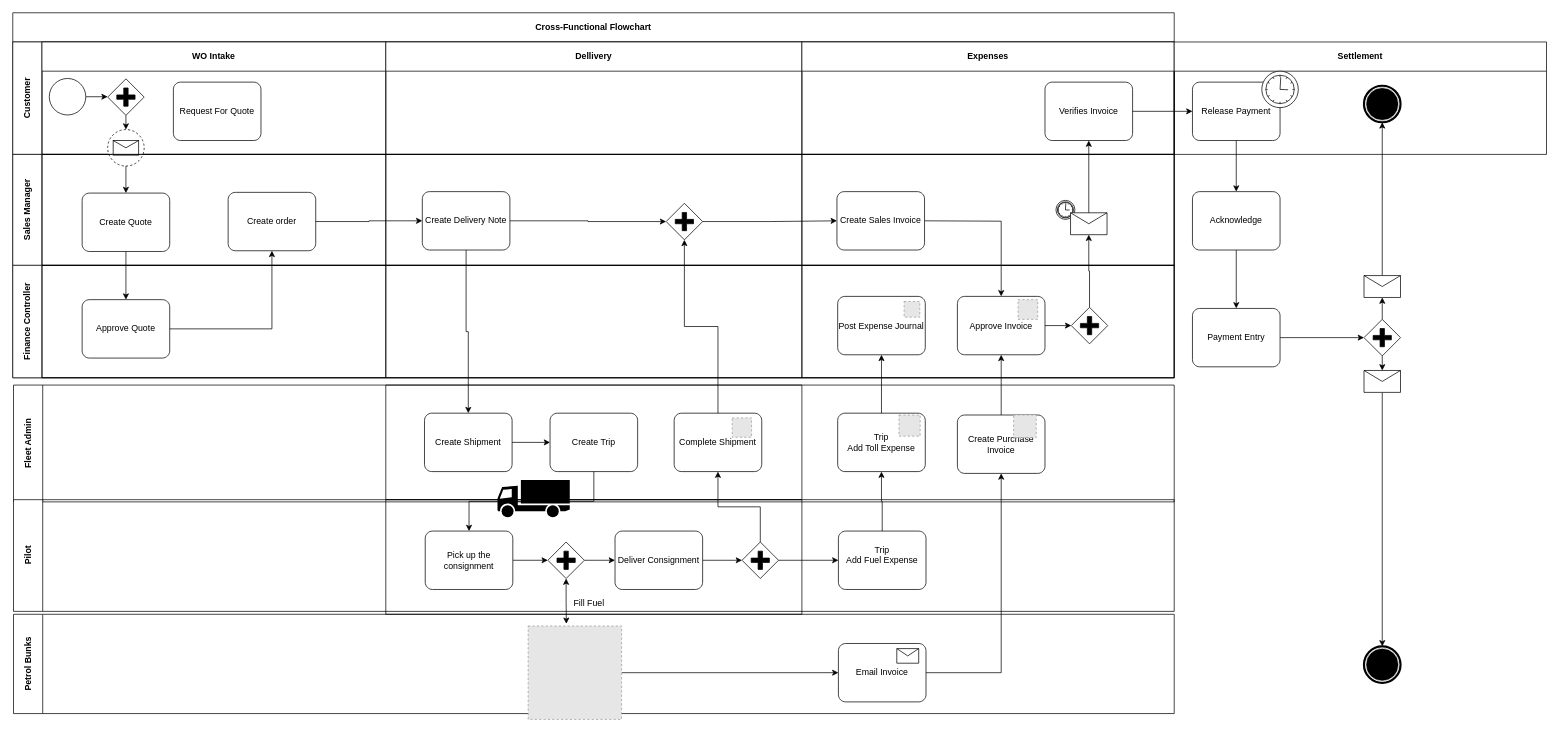
Before: business-process/work-order-2-invoice.drawio in lmnaslimited/vjl, a draw.io diagram. Source tidied: cells renumbered, new cells numbered last; positions are measured from the earlier drawing's top-left corner, leaving out a move shared by most shapes. Both pictures are drawn from the tidied source at 73%, with x=0, y=0 at pixel (12, 12). Pictures stored in the file or linked from it are replaced by grey dashed boxes.
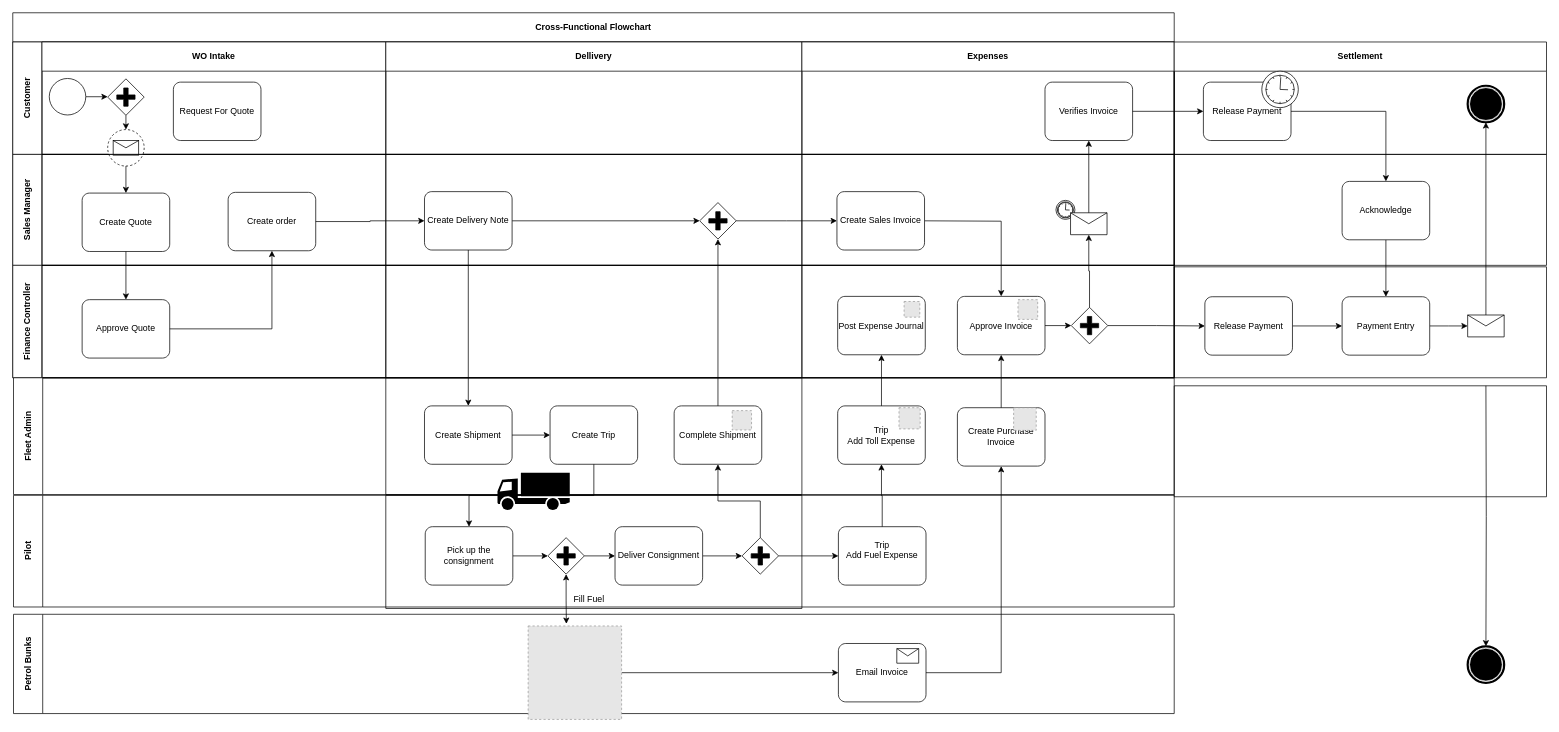
The same page after the edit.

The change refers to these unchanged cells:
```xml
<mxCell id="2" value="Cross-Functional Flowchart" style="shape=table;childLayout=tableLayout;rowLines=0;columnLines=0;startSize=40;html=1;whiteSpace=wrap;fontStyle=1;align=center;" parent="1" vertex="1">
  <mxGeometry width="1591" height="500" as="geometry" />
</mxCell>
<mxCell id="13" value="Verifies Invoice" style="points=[[0.25,0,0],[0.5,0,0],[0.75,0,0],[1,0.25,0],[1,0.5,0],[1,0.75,0],[0.75,1,0],[0.5,1,0],[0.25,1,0],[0,0.75,0],[0,0.5,0],[0,0.25,0]];shape=mxgraph.bpmn.task;whiteSpace=wrap;rectStyle=rounded;size=10;taskMarker=abstract;" parent="12" vertex="1">
  <mxGeometry x="333" y="55" width="120" height="80" as="geometry" />
</mxCell>
<mxCell id="18" style="swimlane;startSize=0;html=1;whiteSpace=wrap;" parent="14" vertex="1">
  <mxGeometry x="511" width="570" height="152" as="geometry" />
</mxCell>
<mxCell id="24" style="shape=message;html=1;whiteSpace=wrap;html=1;outlineConnect=0;" parent="22" vertex="1">
  <mxGeometry x="368" y="80" width="50" height="30" as="geometry" />
</mxCell>
<mxCell id="30" style="swimlane;startSize=0;html=1;whiteSpace=wrap;" parent="26" vertex="1">
  <mxGeometry x="1081" width="510" height="154" as="geometry" />
</mxCell>
<mxCell id="32" value="Approve Invoice" style="points=[[0.25,0,0],[0.5,0,0],[0.75,0,0],[1,0.25,0],[1,0.5,0],[1,0.75,0],[0.75,1,0],[0.5,1,0],[0.25,1,0],[0,0.75,0],[0,0.5,0],[0,0.25,0]];shape=mxgraph.bpmn.task;whiteSpace=wrap;rectStyle=rounded;size=10;taskMarker=abstract;" parent="30" vertex="1">
  <mxGeometry x="213" y="42.5" width="120" height="80" as="geometry" />
</mxCell>
<mxCell id="34" style="points=[[0.25,0.25,0],[0.5,0,0],[0.75,0.25,0],[1,0.5,0],[0.75,0.75,0],[0.5,1,0],[0.25,0.75,0],[0,0.5,0]];shape=mxgraph.bpmn.gateway2;html=1;verticalLabelPosition=bottom;labelBackgroundColor=#ffffff;verticalAlign=top;align=center;perimeter=rhombusPerimeter;outlineConnect=0;outline=none;symbol=none;gwType=parallel;" parent="30" vertex="1">
  <mxGeometry x="369" y="57.5" width="50" height="50" as="geometry" />
</mxCell>
<mxCell id="46" value="Complete Shipment" style="points=[[0.25,0,0],[0.5,0,0],[0.75,0,0],[1,0.25,0],[1,0.5,0],[1,0.75,0],[0.75,1,0],[0.5,1,0],[0.25,1,0],[0,0.75,0],[0,0.5,0],[0,0.25,0]];shape=mxgraph.bpmn.task;whiteSpace=wrap;rectStyle=rounded;size=10;taskMarker=abstract;" parent="41" vertex="1">
  <mxGeometry x="395" y="38.5" width="120" height="80" as="geometry" />
</mxCell>
<mxCell id="48" value="Create Purchase Invoice" style="points=[[0.25,0,0],[0.5,0,0],[0.75,0,0],[1,0.25,0],[1,0.5,0],[1,0.75,0],[0.75,1,0],[0.5,1,0],[0.25,1,0],[0,0.75,0],[0,0.5,0],[0,0.25,0]];shape=mxgraph.bpmn.task;whiteSpace=wrap;rectStyle=rounded;size=10;taskMarker=abstract;" parent="40" vertex="1">
  <mxGeometry x="1293" y="41" width="120" height="80" as="geometry" />
</mxCell>
<mxCell id="50" value="Trip&#10;Add Toll Expense" style="points=[[0.25,0,0],[0.5,0,0],[0.75,0,0],[1,0.25,0],[1,0.5,0],[1,0.75,0],[0.75,1,0],[0.5,1,0],[0.25,1,0],[0,0.75,0],[0,0.5,0],[0,0.25,0]];shape=mxgraph.bpmn.task;whiteSpace=wrap;rectStyle=rounded;size=10;taskMarker=abstract;" parent="40" vertex="1">
  <mxGeometry x="1129" y="38.5" width="120" height="80" as="geometry" />
</mxCell>
<mxCell id="76" value="Post Expense Journal" style="points=[[0.25,0,0],[0.5,0,0],[0.75,0,0],[1,0.25,0],[1,0.5,0],[1,0.75,0],[0.75,1,0],[0.5,1,0],[0.25,1,0],[0,0.75,0],[0,0.5,0],[0,0.25,0]];shape=mxgraph.bpmn.task;whiteSpace=wrap;rectStyle=rounded;size=10;taskMarker=abstract;" parent="1" vertex="1">
  <mxGeometry x="1130" y="388.5" width="120" height="80" as="geometry" />
</mxCell>
<mxCell id="86" value="Settlement" style="swimlane;startSize=40;html=1;whiteSpace=wrap;" parent="1" vertex="1">
  <mxGeometry x="1591" y="40" width="510" height="154" as="geometry" />
</mxCell>
```

Change to the diagram source:
```diff
@@
-    <mxCell id="19" style="edgeStyle=orthogonalEdgeStyle;rounded=0;jettySize=auto;html=1;exitX=1;exitY=0.5;exitDx=0;exitDy=0;exitPerimeter=0;entryX=0;entryY=0.5;entryDx=0;entryDy=0;entryPerimeter=0;startArrow=none;startFill=0;" parent="18" edge="1" source="20" target="21">
+    <mxCell id="19" style="edgeStyle=orthogonalEdgeStyle;rounded=0;jettySize=auto;html=1;exitX=1;exitY=0.5;exitDx=0;exitDy=0;exitPerimeter=0;entryX=0;entryY=0.5;entryDx=0;entryDy=0;entryPerimeter=0;startArrow=none;startFill=0;flowAnimation=1;" parent="18" edge="1" source="20" target="21">
       <mxGeometry relative="1" as="geometry" />
     </mxCell>
     <mxCell id="20" value="Create Delivery Note" style="points=[[0.25,0,0],[0.5,0,0],[0.75,0,0],[1,0.25,0],[1,0.5,0],[1,0.75,0],[0.75,1,0],[0.5,1,0],[0.25,1,0],[0,0.75,0],[0,0.5,0],[0,0.25,0]];shape=mxgraph.bpmn.task;whiteSpace=wrap;rectStyle=rounded;size=10;taskMarker=abstract;" parent="18" vertex="1">
-      <mxGeometry x="50" y="51" width="120" height="80" as="geometry" />
+      <mxGeometry x="53" y="51" width="120" height="80" as="geometry" />
     </mxCell>
     <mxCell id="21" style="points=[[0.25,0.25,0],[0.5,0,0],[0.75,0.25,0],[1,0.5,0],[0.75,0.75,0],[0.5,1,0],[0.25,0.75,0],[0,0.5,0]];shape=mxgraph.bpmn.gateway2;html=1;verticalLabelPosition=bottom;labelBackgroundColor=#ffffff;verticalAlign=top;align=center;perimeter=rhombusPerimeter;outlineConnect=0;outline=none;symbol=none;gwType=parallel;" parent="18" vertex="1">
-      <mxGeometry x="384" y="67" width="50" height="50" as="geometry" />
+      <mxGeometry x="430" y="66" width="50" height="50" as="geometry" />
     </mxCell>
@@
-    <mxCell id="31" style="edgeStyle=orthogonalEdgeStyle;rounded=0;jettySize=auto;html=1;exitX=1;exitY=0.5;exitDx=0;exitDy=0;exitPerimeter=0;entryX=0;entryY=0.5;entryDx=0;entryDy=0;entryPerimeter=0;startArrow=none;startFill=0;" parent="30" edge="1" source="32" target="34">
+    <mxCell id="31" style="edgeStyle=orthogonalEdgeStyle;rounded=0;jettySize=auto;html=1;exitX=1;exitY=0.5;exitDx=0;exitDy=0;exitPerimeter=0;entryX=0;entryY=0.5;entryDx=0;entryDy=0;entryPerimeter=0;startArrow=none;startFill=0;flowAnimation=1;" parent="30" edge="1" source="32" target="34">
       <mxGeometry relative="1" as="geometry" />
     </mxCell>
@@
-    <mxCell id="38" style="edgeStyle=orthogonalEdgeStyle;rounded=0;jettySize=auto;html=1;exitX=0.5;exitY=0;exitDx=0;exitDy=0;exitPerimeter=0;entryX=0.5;entryY=1;entryDx=0;entryDy=0;startArrow=none;startFill=0;" parent="2" edge="1" source="34" target="24">
+    <mxCell id="38" style="edgeStyle=orthogonalEdgeStyle;rounded=0;jettySize=auto;html=1;exitX=0.5;exitY=0;exitDx=0;exitDy=0;exitPerimeter=0;entryX=0.5;entryY=1;entryDx=0;entryDy=0;startArrow=none;startFill=0;flowAnimation=1;" parent="2" edge="1" source="34" target="24">
       <mxGeometry relative="1" as="geometry" />
     </mxCell>
-    <mxCell id="39" style="edgeStyle=orthogonalEdgeStyle;rounded=0;jettySize=auto;html=1;exitX=0.5;exitY=0;exitDx=0;exitDy=0;entryX=0.5;entryY=1;entryDx=0;entryDy=0;entryPerimeter=0;startArrow=none;startFill=0;" parent="2" edge="1" source="24" target="13">
+    <mxCell id="39" style="edgeStyle=orthogonalEdgeStyle;rounded=0;jettySize=auto;html=1;exitX=0.5;exitY=0;exitDx=0;exitDy=0;entryX=0.5;entryY=1;entryDx=0;entryDy=0;entryPerimeter=0;startArrow=none;startFill=0;flowAnimation=1;" parent="2" edge="1" source="24" target="13">
       <mxGeometry relative="1" as="geometry" />
     </mxCell>
     <mxCell id="40" value="Fleet Admin" style="swimlane;horizontal=0;startSize=40;html=1;whiteSpace=wrap;" parent="1" vertex="1">
-      <mxGeometry x="1" y="510" width="1590" height="160" as="geometry" />
+      <mxGeometry x="1" y="500" width="1590" height="160" as="geometry" />
     </mxCell>
     <mxCell id="41" style="swimlane;startSize=0;html=1;whiteSpace=wrap;" parent="40" vertex="1">
-      <mxGeometry x="510" width="570" height="157" as="geometry" />
+      <mxGeometry x="510" width="570" height="160" as="geometry" />
     </mxCell>
@@
     <mxCell id="54" value="Pilot" style="swimlane;horizontal=0;startSize=40;html=1;whiteSpace=wrap;" parent="1" vertex="1">
-      <mxGeometry x="1" y="667" width="1590" height="153" as="geometry" />
+      <mxGeometry x="1" y="661" width="1590" height="153" as="geometry" />
     </mxCell>
     <mxCell id="55" style="swimlane;startSize=0;html=1;whiteSpace=wrap;" parent="54" vertex="1">
-      <mxGeometry x="510" width="570" height="157" as="geometry" />
+      <mxGeometry x="510" width="570" height="155" as="geometry" />
     </mxCell>
@@
-    <mxCell id="75" style="edgeStyle=orthogonalEdgeStyle;rounded=0;jettySize=auto;html=1;startArrow=none;startFill=0;" parent="1" edge="1" source="48" target="32">
+    <mxCell id="75" style="edgeStyle=orthogonalEdgeStyle;rounded=0;jettySize=auto;html=1;startArrow=none;startFill=0;flowAnimation=1;" parent="1" edge="1" source="48" target="32">
       <mxGeometry relative="1" as="geometry" />
     </mxCell>
@@
-    <mxCell id="77" style="edgeStyle=orthogonalEdgeStyle;rounded=0;jettySize=auto;html=1;startArrow=none;startFill=0;" parent="1" edge="1" source="50" target="76">
+    <mxCell id="77" style="edgeStyle=orthogonalEdgeStyle;rounded=0;jettySize=auto;html=1;startArrow=none;startFill=0;flowAnimation=1;" parent="1" edge="1" source="50" target="76">
       <mxGeometry relative="1" as="geometry" />
     </mxCell>
-    <mxCell id="78" style="edgeStyle=orthogonalEdgeStyle;rounded=0;jettySize=auto;html=1;exitX=0.5;exitY=0;exitDx=0;exitDy=0;exitPerimeter=0;entryX=0.5;entryY=1;entryDx=0;entryDy=0;entryPerimeter=0;startArrow=none;startFill=0;" parent="1" edge="1" source="46" target="21">
+    <mxCell id="78" style="edgeStyle=orthogonalEdgeStyle;rounded=0;jettySize=auto;html=1;exitX=0.5;exitY=0;exitDx=0;exitDy=0;exitPerimeter=0;entryX=0.5;entryY=1;entryDx=0;entryDy=0;entryPerimeter=0;startArrow=none;startFill=0;flowAnimation=1;" parent="1" edge="1" source="46" target="21">
       <mxGeometry relative="1" as="geometry" />
     </mxCell>
-    <mxCell id="79" style="edgeStyle=orthogonalEdgeStyle;rounded=0;jettySize=auto;html=1;exitX=1;exitY=0.5;exitDx=0;exitDy=0;exitPerimeter=0;entryX=0;entryY=0.5;entryDx=0;entryDy=0;entryPerimeter=0;startArrow=none;startFill=0;" parent="1" edge="1" source="21">
+    <mxCell id="79" style="edgeStyle=orthogonalEdgeStyle;rounded=0;jettySize=auto;html=1;exitX=1;exitY=0.5;exitDx=0;exitDy=0;exitPerimeter=0;entryX=0;entryY=0.5;entryDx=0;entryDy=0;entryPerimeter=0;startArrow=none;startFill=0;flowAnimation=1;" parent="1" edge="1" source="21">
       <mxGeometry relative="1" as="geometry">
         <mxPoint x="1129" y="285" as="targetPoint" />
       </mxGeometry>
     </mxCell>
@@
-    <mxCell id="81" style="edgeStyle=orthogonalEdgeStyle;rounded=0;jettySize=auto;html=1;exitX=1;exitY=0.5;exitDx=0;exitDy=0;exitPerimeter=0;startArrow=none;startFill=0;" parent="1" edge="1" target="32">
+    <mxCell id="81" style="edgeStyle=orthogonalEdgeStyle;rounded=0;jettySize=auto;html=1;exitX=1;exitY=0.5;exitDx=0;exitDy=0;exitPerimeter=0;startArrow=none;startFill=0;flowAnimation=1;" parent="1" edge="1" target="32">
       <mxGeometry relative="1" as="geometry">
         <mxPoint x="1249" y="285" as="sourcePoint" />
       </mxGeometry>
     </mxCell>
@@
-    <mxCell id="83" style="edgeStyle=orthogonalEdgeStyle;rounded=0;jettySize=auto;html=1;startArrow=none;startFill=0;" parent="1" edge="1" source="84" target="90">
+    <mxCell id="83" style="edgeStyle=orthogonalEdgeStyle;rounded=0;jettySize=auto;html=1;startArrow=none;startFill=0;flowAnimation=1;" parent="1" edge="1" source="84" target="90">
       <mxGeometry relative="1" as="geometry" />
     </mxCell>
     <mxCell id="84" value="Release Payment" style="points=[[0.25,0,0],[0.5,0,0],[0.75,0,0],[1,0.25,0],[1,0.5,0],[1,0.75,0],[0.75,1,0],[0.5,1,0],[0.25,1,0],[0,0.75,0],[0,0.5,0],[0,0.25,0]];shape=mxgraph.bpmn.task;whiteSpace=wrap;rectStyle=rounded;size=10;taskMarker=abstract;" parent="1" vertex="1">
-      <mxGeometry x="1616" y="95" width="120" height="80" as="geometry" />
+      <mxGeometry x="1631" y="95" width="120" height="80" as="geometry" />
     </mxCell>
-    <mxCell id="85" style="edgeStyle=orthogonalEdgeStyle;rounded=0;jettySize=auto;html=1;startArrow=none;startFill=0;" parent="1" edge="1" source="13" target="84">
+    <mxCell id="85" style="edgeStyle=orthogonalEdgeStyle;rounded=0;jettySize=auto;html=1;startArrow=none;startFill=0;flowAnimation=1;" parent="1" edge="1" source="13" target="84">
       <mxGeometry relative="1" as="geometry" />
     </mxCell>
@@
     <mxCell id="88" style="points=[[0.145,0.145,0],[0.5,0,0],[0.855,0.145,0],[1,0.5,0],[0.855,0.855,0],[0.5,1,0],[0.145,0.855,0],[0,0.5,0]];shape=mxgraph.bpmn.event;html=1;verticalLabelPosition=bottom;labelBackgroundColor=#ffffff;verticalAlign=top;align=center;perimeter=ellipsePerimeter;outlineConnect=0;outline=end;symbol=terminate;" parent="86" vertex="1">
-      <mxGeometry x="260" y="60" width="50" height="50" as="geometry" />
+      <mxGeometry x="402" y="60" width="50" height="50" as="geometry" />
     </mxCell>
+    <mxCell id="101" style="swimlane;startSize=0;html=1;whiteSpace=wrap;" parent="86" vertex="1">
+      <mxGeometry y="154" width="510" height="152" as="geometry" />
+    </mxCell>
+    <mxCell id="102" style="swimlane;startSize=0;html=1;whiteSpace=wrap;" parent="101" vertex="1">
+      <mxGeometry y="154" width="510" height="152" as="geometry" />
+    </mxCell>
-    <mxCell id="89" style="edgeStyle=orthogonalEdgeStyle;rounded=0;jettySize=auto;html=1;startArrow=none;startFill=0;" parent="1" edge="1" source="90" target="92">
+    <mxCell id="89" style="edgeStyle=orthogonalEdgeStyle;rounded=0;jettySize=auto;html=1;startArrow=none;startFill=0;flowAnimation=1;" parent="1" edge="1" source="90" target="92">
       <mxGeometry relative="1" as="geometry" />
     </mxCell>
     <mxCell id="90" value="Acknowledge" style="points=[[0.25,0,0],[0.5,0,0],[0.75,0,0],[1,0.25,0],[1,0.5,0],[1,0.75,0],[0.75,1,0],[0.5,1,0],[0.25,1,0],[0,0.75,0],[0,0.5,0],[0,0.25,0]];shape=mxgraph.bpmn.task;whiteSpace=wrap;rectStyle=rounded;size=10;taskMarker=abstract;" parent="1" vertex="1">
-      <mxGeometry x="1616" y="245" width="120" height="80" as="geometry" />
+      <mxGeometry x="1821" y="231" width="120" height="80" as="geometry" />
     </mxCell>
-    <mxCell id="91" style="edgeStyle=orthogonalEdgeStyle;rounded=0;jettySize=auto;html=1;exitX=1;exitY=0.5;exitDx=0;exitDy=0;exitPerimeter=0;entryX=0;entryY=0.5;entryDx=0;entryDy=0;entryPerimeter=0;startArrow=none;startFill=0;" parent="1" edge="1" source="92" target="95">
-      <mxGeometry relative="1" as="geometry" />
+    <mxCell id="91" style="edgeStyle=orthogonalEdgeStyle;rounded=0;jettySize=auto;html=1;exitX=1;exitY=0.5;exitDx=0;exitDy=0;exitPerimeter=0;entryX=0;entryY=0.5;entryDx=0;entryDy=0;entryPerimeter=0;startArrow=none;startFill=0;flowAnimation=1;" parent="1" edge="1" source="92">
+      <mxGeometry relative="1" as="geometry">
+        <mxPoint x="1993" y="429" as="targetPoint" />
+      </mxGeometry>
     </mxCell>
     <mxCell id="92" value="Payment Entry" style="points=[[0.25,0,0],[0.5,0,0],[0.75,0,0],[1,0.25,0],[1,0.5,0],[1,0.75,0],[0.75,1,0],[0.5,1,0],[0.25,1,0],[0,0.75,0],[0,0.5,0],[0,0.25,0]];shape=mxgraph.bpmn.task;whiteSpace=wrap;rectStyle=rounded;size=10;taskMarker=abstract;" parent="1" vertex="1">
-      <mxGeometry x="1616" y="405" width="120" height="80" as="geometry" />
+      <mxGeometry x="1821" y="389" width="120" height="80" as="geometry" />
     </mxCell>
-    <mxCell id="93" style="edgeStyle=orthogonalEdgeStyle;rounded=0;jettySize=auto;html=1;exitX=0.5;exitY=0;exitDx=0;exitDy=0;exitPerimeter=0;entryX=0.5;entryY=1;entryDx=0;entryDy=0;startArrow=none;startFill=0;" parent="1" edge="1" source="95" target="97">
-      <mxGeometry relative="1" as="geometry" />
-    </mxCell>
-    <mxCell id="94" style="edgeStyle=orthogonalEdgeStyle;rounded=0;jettySize=auto;html=1;exitX=0.5;exitY=1;exitDx=0;exitDy=0;exitPerimeter=0;entryX=0.5;entryY=0;entryDx=0;entryDy=0;startArrow=none;startFill=0;" parent="1" edge="1" source="95" target="99">
-      <mxGeometry relative="1" as="geometry" />
-    </mxCell>
-    <mxCell id="95" style="points=[[0.25,0.25,0],[0.5,0,0],[0.75,0.25,0],[1,0.5,0],[0.75,0.75,0],[0.5,1,0],[0.25,0.75,0],[0,0.5,0]];shape=mxgraph.bpmn.gateway2;html=1;verticalLabelPosition=bottom;labelBackgroundColor=#ffffff;verticalAlign=top;align=center;perimeter=rhombusPerimeter;outlineConnect=0;outline=none;symbol=none;gwType=parallel;" parent="1" vertex="1">
-      <mxGeometry x="1851" y="420" width="50" height="50" as="geometry" />
-    </mxCell>
-    <mxCell id="96" style="edgeStyle=orthogonalEdgeStyle;rounded=0;jettySize=auto;html=1;exitX=0.5;exitY=0;exitDx=0;exitDy=0;entryX=0.5;entryY=1;entryDx=0;entryDy=0;entryPerimeter=0;startArrow=none;startFill=0;" parent="1" edge="1" source="97" target="88">
+    <mxCell id="96" style="edgeStyle=orthogonalEdgeStyle;rounded=0;jettySize=auto;html=1;exitX=0.5;exitY=0;exitDx=0;exitDy=0;entryX=0.5;entryY=1;entryDx=0;entryDy=0;entryPerimeter=0;startArrow=none;startFill=0;flowAnimation=1;" parent="1" edge="1" source="97" target="88">
       <mxGeometry relative="1" as="geometry" />
     </mxCell>
     <mxCell id="97" style="shape=message;html=1;whiteSpace=wrap;html=1;outlineConnect=0;" parent="1" vertex="1">
-      <mxGeometry x="1851" y="360" width="50" height="30" as="geometry" />
+      <mxGeometry x="1993" y="414" width="50" height="30" as="geometry" />
     </mxCell>
-    <mxCell id="98" style="edgeStyle=orthogonalEdgeStyle;rounded=0;jettySize=auto;html=1;exitX=0.5;exitY=1;exitDx=0;exitDy=0;startArrow=none;startFill=0;" parent="1" edge="1" source="99" target="100">
-      <mxGeometry relative="1" as="geometry" />
+    <mxCell id="98" style="edgeStyle=orthogonalEdgeStyle;rounded=0;jettySize=auto;html=1;exitX=0.5;exitY=1;exitDx=0;exitDy=0;startArrow=none;startFill=0;flowAnimation=1;" parent="1" edge="1" target="100">
+      <mxGeometry relative="1" as="geometry">
+        <mxPoint x="2018" y="511" as="sourcePoint" />
+      </mxGeometry>
     </mxCell>
-    <mxCell id="99" style="shape=message;html=1;whiteSpace=wrap;html=1;outlineConnect=0;" parent="1" vertex="1">
-      <mxGeometry x="1851" y="490" width="50" height="30" as="geometry" />
-    </mxCell>
     <mxCell id="100" style="points=[[0.145,0.145,0],[0.5,0,0],[0.855,0.145,0],[1,0.5,0],[0.855,0.855,0],[0.5,1,0],[0.145,0.855,0],[0,0.5,0]];shape=mxgraph.bpmn.event;html=1;verticalLabelPosition=bottom;labelBackgroundColor=#ffffff;verticalAlign=top;align=center;perimeter=ellipsePerimeter;outlineConnect=0;outline=end;symbol=terminate;" parent="1" vertex="1">
-      <mxGeometry x="1851" y="868" width="50" height="50" as="geometry" />
+      <mxGeometry x="1993" y="868" width="50" height="50" as="geometry" />
     </mxCell>
+    <mxCell id="103" style="edgeStyle=orthogonalEdgeStyle;rounded=0;jettySize=auto;html=1;exitX=1;exitY=0.5;exitDx=0;exitDy=0;exitPerimeter=0;entryX=0;entryY=0.5;entryDx=0;entryDy=0;entryPerimeter=0;startArrow=none;startFill=0;flowAnimation=1;" parent="1" edge="1" source="104" target="92">
+      <mxGeometry relative="1" as="geometry" />
+    </mxCell>
+    <mxCell id="104" value="Release Payment" style="points=[[0.25,0,0],[0.5,0,0],[0.75,0,0],[1,0.25,0],[1,0.5,0],[1,0.75,0],[0.75,1,0],[0.5,1,0],[0.25,1,0],[0,0.75,0],[0,0.5,0],[0,0.25,0]];shape=mxgraph.bpmn.task;whiteSpace=wrap;rectStyle=rounded;size=10;taskMarker=abstract;" parent="1" vertex="1">
+      <mxGeometry x="1633" y="389" width="120" height="80" as="geometry" />
+    </mxCell>
+    <mxCell id="105" style="edgeStyle=orthogonalEdgeStyle;rounded=0;jettySize=auto;html=1;exitX=1;exitY=0.5;exitDx=0;exitDy=0;exitPerimeter=0;entryX=0;entryY=0.5;entryDx=0;entryDy=0;entryPerimeter=0;startArrow=none;startFill=0;flowAnimation=1;" parent="1" edge="1" source="34" target="104">
+      <mxGeometry relative="1" as="geometry" />
+    </mxCell>
+    <mxCell id="106" style="swimlane;startSize=0;html=1;whiteSpace=wrap;" parent="1" vertex="1">
+      <mxGeometry x="1591" y="511" width="510" height="152" as="geometry" />
+    </mxCell>
```
